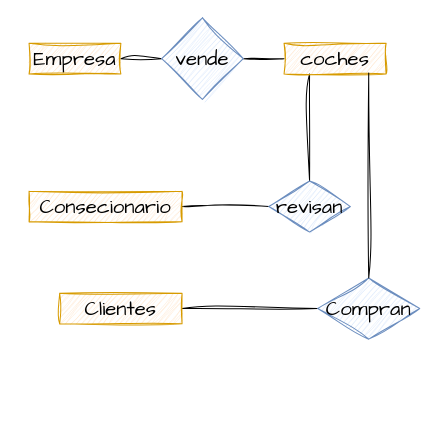
This is Unidad-1/Tareas/tarea_2_3/tarea6.drawio from toninavhd/Base-datos, a draw.io file, before an edit. Source tidied: cells renumbered, new cells numbered last; positions are measured from the earlier drawing's top-left corner, leaving out a move shared by most shapes. Both pictures are drawn from the tidied source at 102%, with x=0, y=0 at pixel (29, 17).
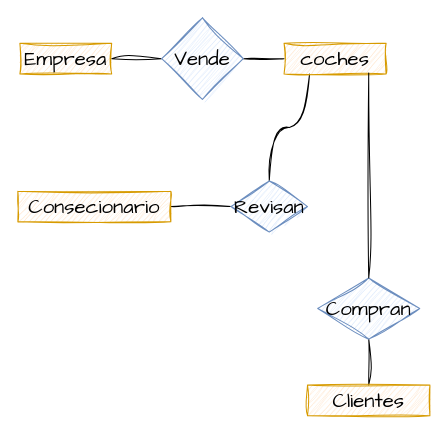
After the change.

Diff of the diagram source:
```diff
@@
 <mxGraphModel background="#ffffff">
   <root>
     <mxCell id="0" />
     <mxCell id="1" parent="0" />
     <mxCell id="2" style="edgeStyle=orthogonalEdgeStyle;rounded=0;sketch=1;hachureGap=4;jiggle=2;curveFitting=1;jettySize=auto;html=1;exitX=1;exitY=0.5;exitDx=0;exitDy=0;entryX=0;entryY=0.5;entryDx=0;entryDy=0;fontFamily=Architects Daughter;fontSize=16;endArrow=none;endFill=0;" parent="1" edge="1" source="3" target="11">
       <mxGeometry relative="1" as="geometry" />
     </mxCell>
     <mxCell id="3" value="Empresa" style="rounded=0;whiteSpace=wrap;html=1;sketch=1;hachureGap=4;jiggle=2;curveFitting=1;fontFamily=Architects Daughter;fontSize=20;fillColor=#ffe6cc;strokeColor=#d79b00;" parent="1" vertex="1">
-      <mxGeometry y="25" width="90" height="30" as="geometry" />
+      <mxGeometry x="-9" y="25" width="90" height="30" as="geometry" />
     </mxCell>
     <mxCell id="4" style="edgeStyle=orthogonalEdgeStyle;rounded=0;sketch=1;hachureGap=4;jiggle=2;curveFitting=1;jettySize=auto;html=1;exitX=0;exitY=0.5;exitDx=0;exitDy=0;entryX=1;entryY=0.5;entryDx=0;entryDy=0;fontFamily=Architects Daughter;fontSize=16;endArrow=none;endFill=0;" parent="1" edge="1" source="6" target="11">
       <mxGeometry relative="1" as="geometry" />
     </mxCell>
-    <mxCell id="5" style="edgeStyle=orthogonalEdgeStyle;rounded=0;sketch=1;hachureGap=4;jiggle=2;curveFitting=1;jettySize=auto;html=1;exitX=0.25;exitY=1;exitDx=0;exitDy=0;entryX=0.5;entryY=0;entryDx=0;entryDy=0;fontFamily=Architects Daughter;fontSize=16;endArrow=none;endFill=0;" parent="1" edge="1" source="6" target="14">
+    <mxCell id="5" style="edgeStyle=orthogonalEdgeStyle;sketch=1;hachureGap=4;jiggle=2;curveFitting=1;jettySize=auto;html=1;exitX=0.25;exitY=1;exitDx=0;exitDy=0;entryX=0.5;entryY=0;entryDx=0;entryDy=0;fontFamily=Architects Daughter;fontSize=16;endArrow=none;endFill=0;curved=1;" parent="1" edge="1" source="6" target="14">
       <mxGeometry relative="1" as="geometry" />
     </mxCell>
     <mxCell id="6" value="coches" style="whiteSpace=wrap;html=1;sketch=1;hachureGap=4;jiggle=2;curveFitting=1;fontFamily=Architects Daughter;fontSize=20;fillColor=#ffe6cc;strokeColor=#d79b00;" parent="1" vertex="1">
       <mxGeometry x="250" y="25" width="100" height="30" as="geometry" />
     </mxCell>
     <mxCell id="7" style="edgeStyle=orthogonalEdgeStyle;rounded=0;sketch=1;hachureGap=4;jiggle=2;curveFitting=1;jettySize=auto;html=1;exitX=1;exitY=0.5;exitDx=0;exitDy=0;fontFamily=Architects Daughter;fontSize=16;endArrow=none;endFill=0;" parent="1" edge="1" source="8" target="14">
       <mxGeometry relative="1" as="geometry" />
     </mxCell>
     <mxCell id="8" value="Consecionario" style="whiteSpace=wrap;html=1;sketch=1;hachureGap=4;jiggle=2;curveFitting=1;fontFamily=Architects Daughter;fontSize=20;fillColor=#ffe6cc;strokeColor=#d79b00;" parent="1" vertex="1">
-      <mxGeometry y="170" width="150" height="30" as="geometry" />
+      <mxGeometry x="-11" y="170" width="150" height="30" as="geometry" />
     </mxCell>
-    <mxCell id="9" style="edgeStyle=orthogonalEdgeStyle;rounded=0;sketch=1;hachureGap=4;jiggle=2;curveFitting=1;jettySize=auto;html=1;exitX=1;exitY=0.5;exitDx=0;exitDy=0;entryX=0;entryY=0.5;entryDx=0;entryDy=0;fontFamily=Architects Daughter;fontSize=16;endArrow=none;endFill=0;" parent="1" edge="1" source="10" target="12">
+    <mxCell id="9" style="edgeStyle=orthogonalEdgeStyle;rounded=0;sketch=1;hachureGap=4;jiggle=2;curveFitting=1;jettySize=auto;html=1;exitX=0.5;exitY=0;exitDx=0;exitDy=0;entryX=0.5;entryY=1;entryDx=0;entryDy=0;fontFamily=Architects Daughter;fontSize=16;endArrow=none;endFill=0;" parent="1" edge="1" source="10" target="12">
       <mxGeometry relative="1" as="geometry" />
     </mxCell>
     <mxCell id="10" value="Clientes" style="whiteSpace=wrap;html=1;sketch=1;hachureGap=4;jiggle=2;curveFitting=1;fontFamily=Architects Daughter;fontSize=20;fillColor=#ffe6cc;strokeColor=#d79b00;" parent="1" vertex="1">
-      <mxGeometry x="30" y="270" width="120" height="30" as="geometry" />
+      <mxGeometry x="273" y="360" width="120" height="30" as="geometry" />
     </mxCell>
-    <mxCell id="11" value="vende" style="rhombus;whiteSpace=wrap;html=1;sketch=1;hachureGap=4;jiggle=2;curveFitting=1;fontFamily=Architects Daughter;fontSize=20;fillColor=#dae8fc;strokeColor=#6c8ebf;" parent="1" vertex="1">
+    <mxCell id="11" value="Vende" style="rhombus;whiteSpace=wrap;html=1;sketch=1;hachureGap=4;jiggle=2;curveFitting=1;fontFamily=Architects Daughter;fontSize=20;fillColor=#dae8fc;strokeColor=#6c8ebf;" parent="1" vertex="1">
       <mxGeometry x="130" width="80" height="80" as="geometry" />
     </mxCell>
     <mxCell id="12" value="Compran" style="rhombus;whiteSpace=wrap;html=1;sketch=1;hachureGap=4;jiggle=2;curveFitting=1;fontFamily=Architects Daughter;fontSize=20;fillColor=#dae8fc;strokeColor=#6c8ebf;" parent="1" vertex="1">
       <mxGeometry x="283" y="255" width="100" height="60" as="geometry" />
     </mxCell>
     <mxCell id="13" style="edgeStyle=orthogonalEdgeStyle;rounded=0;sketch=1;hachureGap=4;jiggle=2;curveFitting=1;jettySize=auto;html=1;exitX=0.5;exitY=0;exitDx=0;exitDy=0;entryX=0.83;entryY=0.967;entryDx=0;entryDy=0;entryPerimeter=0;fontFamily=Architects Daughter;fontSize=16;endArrow=none;endFill=0;" parent="1" edge="1" source="12" target="6">
       <mxGeometry relative="1" as="geometry" />
     </mxCell>
-    <mxCell id="14" value="revisan" style="rhombus;whiteSpace=wrap;html=1;sketch=1;hachureGap=4;jiggle=2;curveFitting=1;fontFamily=Architects Daughter;fontSize=20;fillColor=#dae8fc;strokeColor=#6c8ebf;" parent="1" vertex="1">
-      <mxGeometry x="235" y="160" width="80" height="50" as="geometry" />
+    <mxCell id="14" value="Revisan" style="rhombus;whiteSpace=wrap;html=1;sketch=1;hachureGap=4;jiggle=2;curveFitting=1;fontFamily=Architects Daughter;fontSize=20;fillColor=#dae8fc;strokeColor=#6c8ebf;" parent="1" vertex="1">
+      <mxGeometry x="198" y="160" width="75" height="50" as="geometry" />
     </mxCell>
   </root>
 </mxGraphModel>
```
